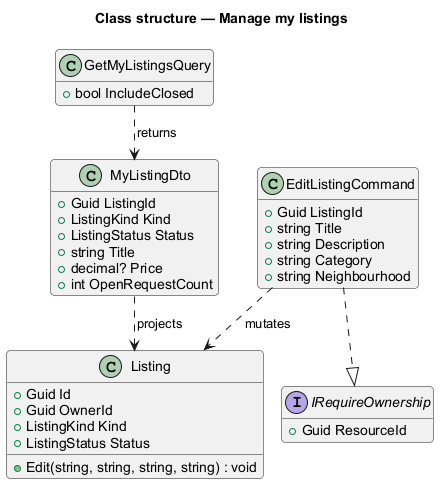
Above: docs/detailed-designs/listings/manage-my-listings/diagrams/class-structure.png in QuinntyneBrown/Barnabas (PlantUML), before the change. Its diagram source:
```plantuml
@startuml
!pragma layout smetana
title Class structure — Manage my listings
skinparam backgroundColor #FFFFFF
skinparam shadowing false
skinparam roundcorner 8
skinparam defaultFontName Arial
hide empty members

class GetMyListingsQuery {
  +bool IncludeClosed
}
class MyListingDto {
  +Guid ListingId
  +ListingKind Kind
  +ListingStatus Status
  +string Title
  +decimal? Price
  +int OpenRequestCount
}
class EditListingCommand {
  +Guid ListingId
  +string Title
  +string Description
  +string Category
  +string Neighbourhood
}
class Listing {
  +Guid Id
  +Guid OwnerId
  +ListingKind Kind
  +ListingStatus Status
  +Edit(string, string, string, string) : void
}
interface IRequireOwnership {
  +Guid ResourceId
}

EditListingCommand ..|> IRequireOwnership
GetMyListingsQuery ..> MyListingDto : returns
MyListingDto ..> Listing : projects
EditListingCommand ..> Listing : mutates
@enduml
```
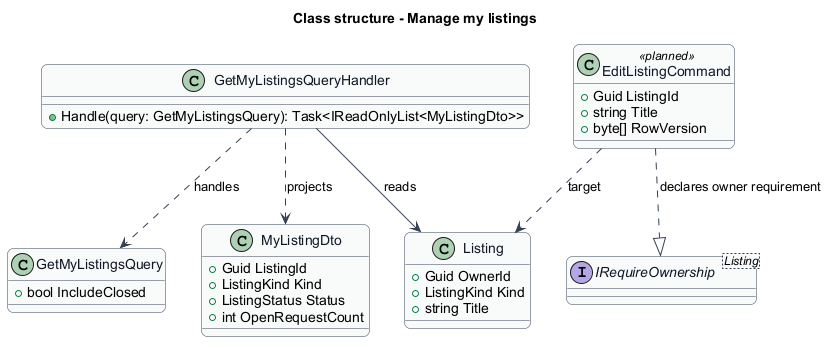
After the commit.

The edit, as a diff of the source:
```diff
@@ -1,12 +1,24 @@
 @startuml
-!pragma layout smetana
-title Class structure — Manage my listings
 skinparam backgroundColor #FFFFFF
 skinparam shadowing false
-skinparam roundcorner 8
+skinparam roundcorner 12
 skinparam defaultFontName Arial
-hide empty members
-
+skinparam ArrowColor #344054
+skinparam rectangle {
+  BorderColor #344054
+  FontColor #101828
+}
+skinparam package {
+  BorderColor #667085
+  FontColor #101828
+  BackgroundColor #F9FAFB
+}
+skinparam class {
+  BorderColor #344054
+  FontColor #101828
+  BackgroundColor #F9FAFB
+}
+title Class structure - Manage my listings
 class GetMyListingsQuery {
   +bool IncludeClosed
 }
@@ -14,30 +26,25 @@
   +Guid ListingId
   +ListingKind Kind
   +ListingStatus Status
-  +string Title
-  +decimal? Price
   +int OpenRequestCount
 }
-class EditListingCommand {
+class GetMyListingsQueryHandler {
+  +Handle(query: GetMyListingsQuery): Task<IReadOnlyList<MyListingDto>>
+}
+class EditListingCommand <<planned>> {
   +Guid ListingId
   +string Title
-  +string Description
-  +string Category
-  +string Neighbourhood
+  +byte[] RowVersion
 }
 class Listing {
-  +Guid Id
   +Guid OwnerId
   +ListingKind Kind
-  +ListingStatus Status
-  +Edit(string, string, string, string) : void
+  +string Title
 }
-interface IRequireOwnership {
-  +Guid ResourceId
-}
-
-EditListingCommand ..|> IRequireOwnership
-GetMyListingsQuery ..> MyListingDto : returns
-MyListingDto ..> Listing : projects
-EditListingCommand ..> Listing : mutates
+interface "IRequireOwnership<Listing>" as ownership
+EditListingCommand ..|> ownership : declares owner requirement
+GetMyListingsQueryHandler ..> GetMyListingsQuery : handles
+GetMyListingsQueryHandler ..> MyListingDto : projects
+GetMyListingsQueryHandler --> Listing : reads
+EditListingCommand ..> Listing : target
 @enduml
```
